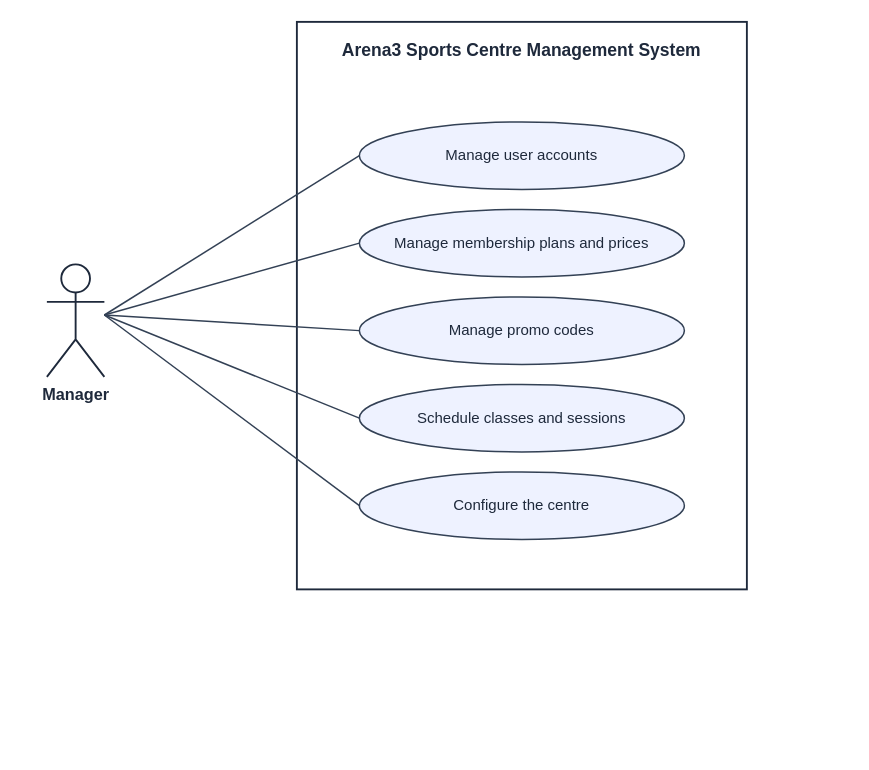
Before: docs/diagrams/srs/09-uc-manager-setup.drawio in facingshootingstar/Arena3, a draw.io diagram. Source tidied: cells renumbered, new cells numbered last; positions are measured from the earlier drawing's top-left corner, leaving out a move shared by most shapes. Both pictures are drawn from the tidied source at 125%, with x=0, y=0 at pixel (46, 21).
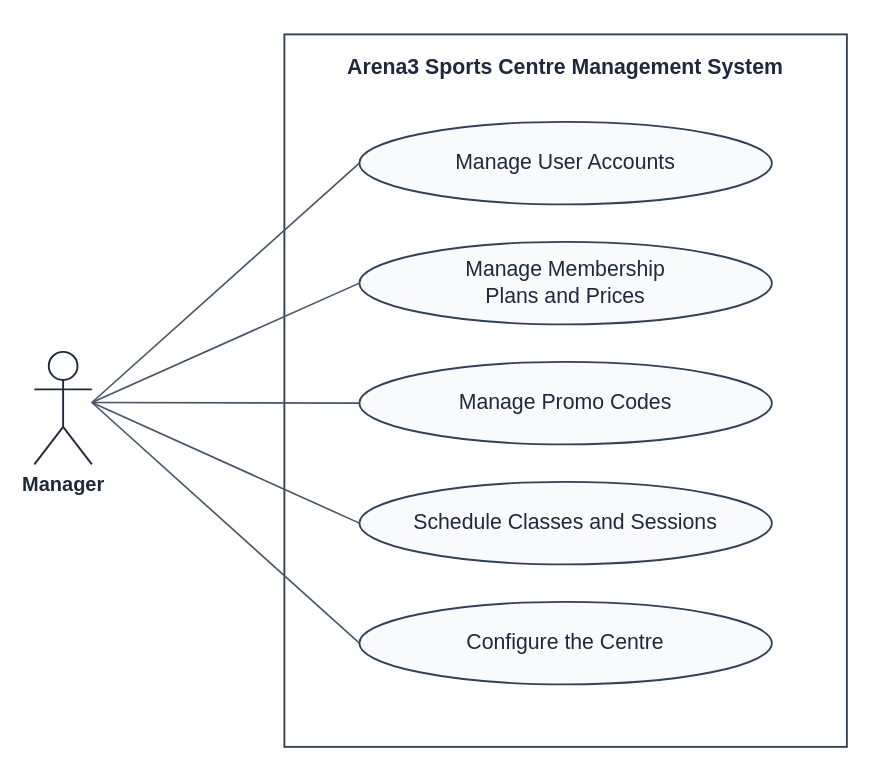
Above is the later version.

Change to the diagram source:
```diff
@@
 <mxGraphModel background="#ffffff">
   <root>
     <mxCell id="0" />
     <mxCell id="1" parent="0" />
-    <mxCell id="2" value="Arena3 Sports Centre Management System" style="rounded=0;whiteSpace=wrap;html=1;fillColor=none;strokeColor=#1e293b;strokeWidth=1.5;verticalAlign=top;align=center;spacingTop=8;fontFamily=Helvetica;fontSize=14;fontStyle=1;fontColor=#1e293b;" parent="1" vertex="1">
-      <mxGeometry x="200" width="360" height="454" as="geometry" />
+    <mxCell id="2" value="Arena3 Sports Centre Management System" style="rounded=0;whiteSpace=wrap;html=1;fillColor=none;strokeColor=#334155;strokeWidth=1.5;verticalAlign=top;align=center;spacingTop=10;fontFamily=Helvetica;fontSize=17;fontStyle=1;fontColor=#1e293b;" parent="1" vertex="1">
+      <mxGeometry x="190" y="10" width="450" height="570" as="geometry" />
     </mxCell>
-    <mxCell id="3" value="Manage user accounts" style="ellipse;whiteSpace=wrap;html=1;fillColor=#eef2ff;strokeColor=#334155;strokeWidth=1.2;fontFamily=Helvetica;fontSize=12;fontColor=#1e293b;" parent="1" vertex="1">
-      <mxGeometry x="250" y="80" width="260" height="54" as="geometry" />
-    </mxCell>
-    <mxCell id="4" value="Manage membership plans and prices" style="ellipse;whiteSpace=wrap;html=1;fillColor=#eef2ff;strokeColor=#334155;strokeWidth=1.2;fontFamily=Helvetica;fontSize=12;fontColor=#1e293b;" parent="1" vertex="1">
-      <mxGeometry x="250" y="150" width="260" height="54" as="geometry" />
-    </mxCell>
-    <mxCell id="5" value="Manage promo codes" style="ellipse;whiteSpace=wrap;html=1;fillColor=#eef2ff;strokeColor=#334155;strokeWidth=1.2;fontFamily=Helvetica;fontSize=12;fontColor=#1e293b;" parent="1" vertex="1">
-      <mxGeometry x="250" y="220" width="260" height="54" as="geometry" />
-    </mxCell>
-    <mxCell id="6" value="Schedule classes and sessions" style="ellipse;whiteSpace=wrap;html=1;fillColor=#eef2ff;strokeColor=#334155;strokeWidth=1.2;fontFamily=Helvetica;fontSize=12;fontColor=#1e293b;" parent="1" vertex="1">
-      <mxGeometry x="250" y="290" width="260" height="54" as="geometry" />
-    </mxCell>
-    <mxCell id="7" value="Configure the centre" style="ellipse;whiteSpace=wrap;html=1;fillColor=#eef2ff;strokeColor=#334155;strokeWidth=1.2;fontFamily=Helvetica;fontSize=12;fontColor=#1e293b;" parent="1" vertex="1">
-      <mxGeometry x="250" y="360" width="260" height="54" as="geometry" />
-    </mxCell>
+    <mxCell id="14" value="Manage User Accounts" style="ellipse;whiteSpace=wrap;html=1;spacingLeft=22;spacingRight=22;fillColor=#f8fafc;strokeColor=#334155;strokeWidth=1.5;fontFamily=Helvetica;fontSize=17;fontColor=#1e293b;" parent="1" vertex="1">
+      <mxGeometry x="250" y="80" width="330" height="66" as="geometry" />
+    </mxCell>
+    <mxCell id="15" value="Manage Membership&lt;br&gt;Plans and Prices" style="ellipse;whiteSpace=wrap;html=1;spacingLeft=22;spacingRight=22;fillColor=#f8fafc;strokeColor=#334155;strokeWidth=1.5;fontFamily=Helvetica;fontSize=17;fontColor=#1e293b;" parent="1" vertex="1">
+      <mxGeometry x="250" y="176" width="330" height="66" as="geometry" />
+    </mxCell>
+    <mxCell id="16" value="Manage Promo Codes" style="ellipse;whiteSpace=wrap;html=1;spacingLeft=22;spacingRight=22;fillColor=#f8fafc;strokeColor=#334155;strokeWidth=1.5;fontFamily=Helvetica;fontSize=17;fontColor=#1e293b;" parent="1" vertex="1">
+      <mxGeometry x="250" y="272" width="330" height="66" as="geometry" />
+    </mxCell>
+    <mxCell id="17" value="Schedule Classes and Sessions" style="ellipse;whiteSpace=wrap;html=1;spacingLeft=22;spacingRight=22;fillColor=#f8fafc;strokeColor=#334155;strokeWidth=1.5;fontFamily=Helvetica;fontSize=17;fontColor=#1e293b;" parent="1" vertex="1">
+      <mxGeometry x="250" y="368" width="330" height="66" as="geometry" />
+    </mxCell>
+    <mxCell id="18" value="Configure the Centre" style="ellipse;whiteSpace=wrap;html=1;spacingLeft=22;spacingRight=22;fillColor=#f8fafc;strokeColor=#334155;strokeWidth=1.5;fontFamily=Helvetica;fontSize=17;fontColor=#1e293b;" parent="1" vertex="1">
+      <mxGeometry x="250" y="464" width="330" height="66" as="geometry" />
+    </mxCell>
-    <mxCell id="8" value="Manager" style="shape=umlActor;verticalLabelPosition=bottom;verticalAlign=top;html=1;outlineConnect=0;fillColor=#ffffff;strokeColor=#1e293b;strokeWidth=1.5;fontFamily=Helvetica;fontSize=13;fontStyle=1;fontColor=#1e293b;" parent="1" vertex="1">
-      <mxGeometry y="194" width="46" height="90" as="geometry" />
+    <mxCell id="8" value="Manager" style="shape=umlActor;verticalLabelPosition=bottom;verticalAlign=top;html=1;outlineConnect=0;fillColor=#ffffff;strokeColor=#1e293b;strokeWidth=1.5;fontFamily=Helvetica;fontSize=16;fontStyle=1;fontColor=#1e293b;" parent="1" vertex="1">
+      <mxGeometry x="-10" y="264" width="46" height="90" as="geometry" />
     </mxCell>
-    <mxCell id="9" style="endArrow=none;html=1;rounded=0;edgeStyle=none;strokeColor=#334155;strokeWidth=1.2;exitX=1.0000;exitY=0.4500;exitDx=0;exitDy=0;exitPerimeter=0;entryX=0.0000;entryY=0.5000;entryDx=0;entryDy=0;entryPerimeter=0;" parent="1" edge="1" source="8" target="3">
+    <mxCell id="9" style="endArrow=none;html=1;rounded=0;edgeStyle=none;strokeColor=#475569;strokeWidth=1.3;exitX=1.0000;exitY=0.4500;exitDx=0;exitDy=0;exitPerimeter=0;entryX=0.0000;entryY=0.5000;entryDx=0;entryDy=0;entryPerimeter=0;" parent="1" edge="1" source="8" target="14">
       <mxGeometry relative="1" as="geometry" />
     </mxCell>
-    <mxCell id="10" style="endArrow=none;html=1;rounded=0;edgeStyle=none;strokeColor=#334155;strokeWidth=1.2;exitX=1.0000;exitY=0.4500;exitDx=0;exitDy=0;exitPerimeter=0;entryX=0.0000;entryY=0.5000;entryDx=0;entryDy=0;entryPerimeter=0;" parent="1" edge="1" source="8" target="4">
+    <mxCell id="10" style="endArrow=none;html=1;rounded=0;edgeStyle=none;strokeColor=#475569;strokeWidth=1.3;exitX=1.0000;exitY=0.4500;exitDx=0;exitDy=0;exitPerimeter=0;entryX=0.0000;entryY=0.5000;entryDx=0;entryDy=0;entryPerimeter=0;" parent="1" edge="1" source="8" target="15">
       <mxGeometry relative="1" as="geometry" />
     </mxCell>
-    <mxCell id="11" style="endArrow=none;html=1;rounded=0;edgeStyle=none;strokeColor=#334155;strokeWidth=1.2;exitX=1.0000;exitY=0.4500;exitDx=0;exitDy=0;exitPerimeter=0;entryX=0.0000;entryY=0.5000;entryDx=0;entryDy=0;entryPerimeter=0;" parent="1" edge="1" source="8" target="5">
+    <mxCell id="11" style="endArrow=none;html=1;rounded=0;edgeStyle=none;strokeColor=#475569;strokeWidth=1.3;exitX=1.0000;exitY=0.4500;exitDx=0;exitDy=0;exitPerimeter=0;entryX=0.0000;entryY=0.5000;entryDx=0;entryDy=0;entryPerimeter=0;" parent="1" edge="1" source="8" target="16">
       <mxGeometry relative="1" as="geometry" />
     </mxCell>
-    <mxCell id="12" style="endArrow=none;html=1;rounded=0;edgeStyle=none;strokeColor=#334155;strokeWidth=1.2;exitX=1.0000;exitY=0.4500;exitDx=0;exitDy=0;exitPerimeter=0;entryX=0.0000;entryY=0.5000;entryDx=0;entryDy=0;entryPerimeter=0;" parent="1" edge="1" source="8" target="6">
+    <mxCell id="12" style="endArrow=none;html=1;rounded=0;edgeStyle=none;strokeColor=#475569;strokeWidth=1.3;exitX=1.0000;exitY=0.4500;exitDx=0;exitDy=0;exitPerimeter=0;entryX=0.0000;entryY=0.5000;entryDx=0;entryDy=0;entryPerimeter=0;" parent="1" edge="1" source="8" target="17">
       <mxGeometry relative="1" as="geometry" />
     </mxCell>
-    <mxCell id="13" style="endArrow=none;html=1;rounded=0;edgeStyle=none;strokeColor=#334155;strokeWidth=1.2;exitX=1.0000;exitY=0.4500;exitDx=0;exitDy=0;exitPerimeter=0;entryX=0.0000;entryY=0.5000;entryDx=0;entryDy=0;entryPerimeter=0;" parent="1" edge="1" source="8" target="7">
+    <mxCell id="13" style="endArrow=none;html=1;rounded=0;edgeStyle=none;strokeColor=#475569;strokeWidth=1.3;exitX=1.0000;exitY=0.4500;exitDx=0;exitDy=0;exitPerimeter=0;entryX=0.0000;entryY=0.5000;entryDx=0;entryDy=0;entryPerimeter=0;" parent="1" edge="1" source="8" target="18">
       <mxGeometry relative="1" as="geometry" />
     </mxCell>
   </root>
 </mxGraphModel>
```
